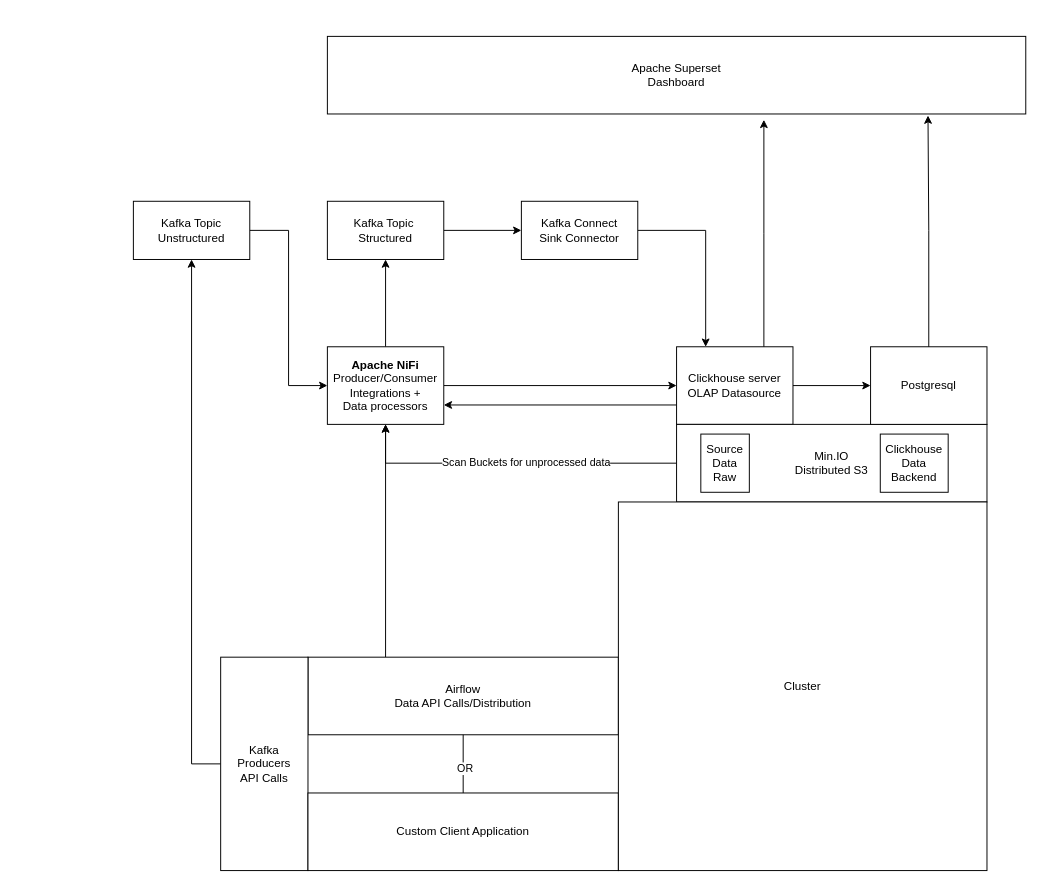
Before: architecture.drawio in jackgray/spotlight, a draw.io diagram. Source tidied: cells renumbered, new cells numbered last; positions are measured from the earlier drawing's top-left corner, leaving out a move shared by most shapes. Both pictures are drawn from the tidied source at 97%, with x=0, y=0 at pixel (133, 36).
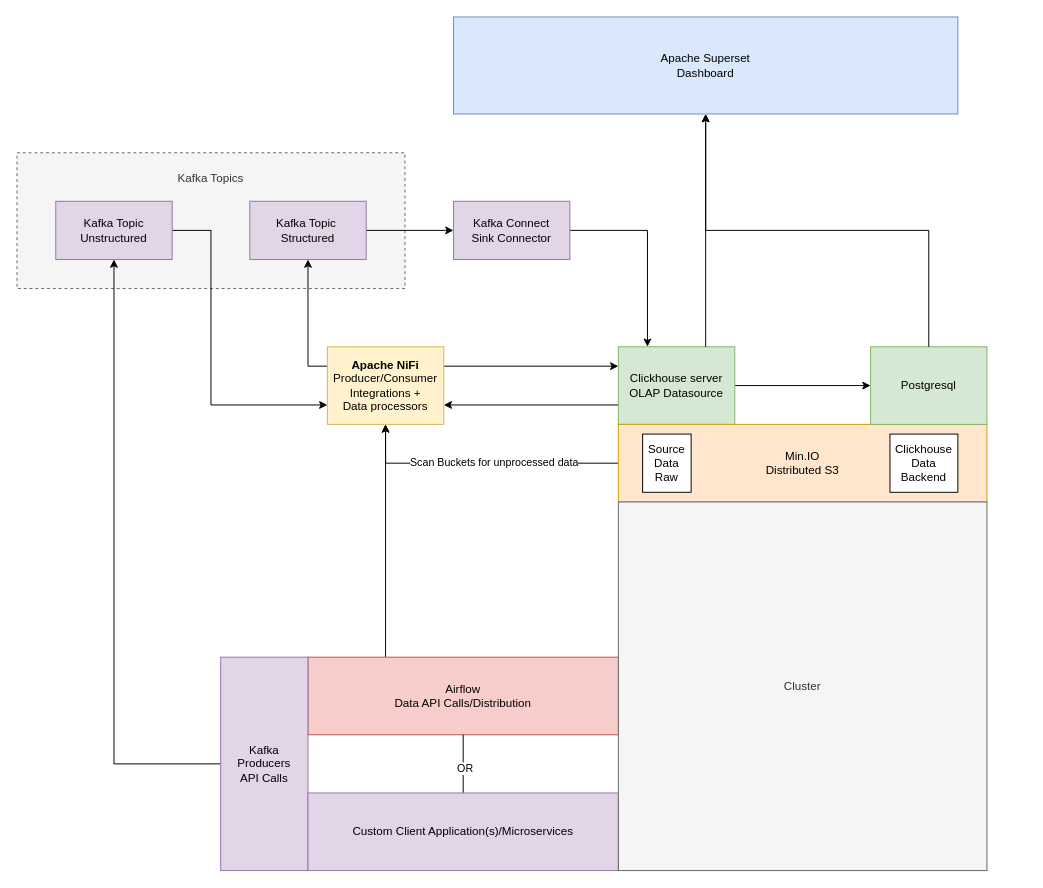
The same page after the edit.

Change to the diagram source:
```diff
@@
+    <mxCell id="31" value="Kafka Topics&lt;div&gt;&lt;br&gt;&lt;/div&gt;&lt;div&gt;&lt;br&gt;&lt;/div&gt;&lt;div&gt;&lt;br&gt;&lt;/div&gt;&lt;div&gt;&lt;br&gt;&lt;/div&gt;&lt;div&gt;&lt;br&gt;&lt;/div&gt;&lt;div&gt;&lt;br&gt;&lt;/div&gt;" style="rounded=0;whiteSpace=wrap;html=1;dashed=1;fillColor=#f5f5f5;fontColor=#333333;strokeColor=#666666;" parent="1" vertex="1">
+      <mxGeometry x="-120" y="120" width="400" height="140" as="geometry" />
+    </mxCell>
-    <mxCell id="2" value="&lt;div&gt;Apache Superset&lt;br&gt;&lt;/div&gt;&lt;div&gt;Dashboard&lt;/div&gt;" style="rounded=0;whiteSpace=wrap;html=1;" parent="1" vertex="1">
-      <mxGeometry x="200" width="720" height="80" as="geometry" />
+    <mxCell id="2" value="&lt;div&gt;Apache Superset&lt;br&gt;&lt;/div&gt;&lt;div&gt;Dashboard&lt;/div&gt;" style="rounded=0;whiteSpace=wrap;html=1;fillColor=#dae8fc;strokeColor=#6c8ebf;" parent="1" vertex="1">
+      <mxGeometry x="330" y="-20" width="520" height="100" as="geometry" />
     </mxCell>
@@
-    <mxCell id="5" value="Clickhouse server&lt;div&gt;OLAP Datasource&lt;/div&gt;" style="rounded=0;whiteSpace=wrap;html=1;" parent="1" vertex="1">
-      <mxGeometry x="560" y="320" width="120" height="80" as="geometry" />
+    <mxCell id="5" value="Clickhouse server&lt;div&gt;OLAP Datasource&lt;/div&gt;" style="rounded=0;whiteSpace=wrap;html=1;fillColor=#d5e8d4;strokeColor=#82b366;" parent="1" vertex="1">
+      <mxGeometry x="500" y="320" width="120" height="80" as="geometry" />
     </mxCell>
@@
-    <mxCell id="8" value="Min.IO&lt;div&gt;Distributed S3&lt;/div&gt;" style="rounded=0;whiteSpace=wrap;html=1;" parent="1" vertex="1">
-      <mxGeometry x="560" y="400" width="320" height="80" as="geometry" />
+    <mxCell id="8" value="Min.IO&lt;div&gt;Distributed S3&lt;/div&gt;" style="rounded=0;whiteSpace=wrap;html=1;fillColor=#ffe6cc;strokeColor=#d79b00;" parent="1" vertex="1">
+      <mxGeometry x="500" y="400" width="380" height="80" as="geometry" />
     </mxCell>
     <mxCell id="9" value="Source Data Raw" style="rounded=0;whiteSpace=wrap;html=1;" parent="1" vertex="1">
-      <mxGeometry x="585" y="410" width="50" height="60" as="geometry" />
+      <mxGeometry x="525" y="410" width="50" height="60" as="geometry" />
     </mxCell>
@@
-    <mxCell id="11" value="Airflow&lt;div&gt;Data API Calls/Distribution&lt;/div&gt;" style="rounded=0;whiteSpace=wrap;html=1;" parent="1" vertex="1">
+    <mxCell id="11" value="Airflow&lt;div&gt;Data API Calls/Distribution&lt;/div&gt;" style="rounded=0;whiteSpace=wrap;html=1;fillColor=#f8cecc;strokeColor=#b85450;" parent="1" vertex="1">
       <mxGeometry x="180" y="640" width="320" height="80" as="geometry" />
     </mxCell>
@@
-    <mxCell id="13" value="Kafka Producers&lt;div&gt;API Calls&lt;/div&gt;" style="rounded=0;whiteSpace=wrap;html=1;" parent="1" vertex="1">
+    <mxCell id="13" value="Kafka Producers&lt;div&gt;API Calls&lt;/div&gt;" style="rounded=0;whiteSpace=wrap;html=1;fillColor=#e1d5e7;strokeColor=#9673a6;" parent="1" vertex="1">
       <mxGeometry x="90" y="640" width="90" height="220" as="geometry" />
     </mxCell>
-    <mxCell id="14" style="edgeStyle=orthogonalEdgeStyle;rounded=0;jettySize=auto;html=1;exitX=1;exitY=0.5;exitDx=0;exitDy=0;entryX=0;entryY=0.5;entryDx=0;entryDy=0;" parent="1" edge="1" source="16" target="5">
+    <mxCell id="14" style="edgeStyle=orthogonalEdgeStyle;rounded=0;jettySize=auto;html=1;exitX=1;exitY=0.25;exitDx=0;exitDy=0;entryX=0;entryY=0.25;entryDx=0;entryDy=0;" parent="1" edge="1" source="16" target="5">
       <mxGeometry relative="1" as="geometry" />
     </mxCell>
-    <mxCell id="15" style="edgeStyle=orthogonalEdgeStyle;rounded=0;jettySize=auto;html=1;exitX=0.5;exitY=0;exitDx=0;exitDy=0;" parent="1" edge="1" source="16" target="21">
+    <mxCell id="15" style="edgeStyle=orthogonalEdgeStyle;rounded=0;jettySize=auto;html=1;exitX=0;exitY=0.25;exitDx=0;exitDy=0;" parent="1" edge="1" source="16" target="21">
       <mxGeometry relative="1" as="geometry" />
     </mxCell>
-    <mxCell id="16" value="&lt;b&gt;Apache NiFi&lt;/b&gt;&lt;div&gt;Producer/Consumer Integrations +&lt;/div&gt;&lt;div&gt;Data processors&lt;/div&gt;" style="rounded=0;whiteSpace=wrap;html=1;" parent="1" vertex="1">
+    <mxCell id="16" value="&lt;b&gt;Apache NiFi&lt;/b&gt;&lt;div&gt;Producer/Consumer Integrations +&lt;/div&gt;&lt;div&gt;Data processors&lt;/div&gt;" style="rounded=0;whiteSpace=wrap;html=1;fillColor=#fff2cc;strokeColor=#d6b656;" parent="1" vertex="1">
       <mxGeometry x="200" y="320" width="120" height="80" as="geometry" />
     </mxCell>
-    <mxCell id="17" style="edgeStyle=orthogonalEdgeStyle;rounded=0;jettySize=auto;html=1;exitX=0.75;exitY=0;exitDx=0;exitDy=0;" parent="1" edge="1" source="5">
-      <mxGeometry relative="1" as="geometry">
-        <mxPoint x="650" y="86" as="targetPoint" />
-      </mxGeometry>
+    <mxCell id="17" style="edgeStyle=orthogonalEdgeStyle;rounded=0;jettySize=auto;html=1;exitX=0.75;exitY=0;exitDx=0;exitDy=0;entryX=0.5;entryY=1;entryDx=0;entryDy=0;" parent="1" edge="1" source="5" target="2">
+      <mxGeometry relative="1" as="geometry" />
     </mxCell>
-    <mxCell id="18" style="edgeStyle=orthogonalEdgeStyle;rounded=0;jettySize=auto;html=1;exitX=1;exitY=0.5;exitDx=0;exitDy=0;entryX=0;entryY=0.5;entryDx=0;entryDy=0;" parent="1" edge="1" source="19" target="16">
-      <mxGeometry relative="1" as="geometry" />
+    <mxCell id="18" style="edgeStyle=orthogonalEdgeStyle;rounded=0;jettySize=auto;html=1;exitX=1;exitY=0.5;exitDx=0;exitDy=0;entryX=0;entryY=0.75;entryDx=0;entryDy=0;" parent="1" edge="1" source="19" target="16">
+      <mxGeometry relative="1" as="geometry">
+        <Array as="points">
+          <mxPoint x="80" y="200" />
+          <mxPoint x="80" y="380" />
+        </Array>
+      </mxGeometry>
     </mxCell>
-    <mxCell id="19" value="Kafka Topic&lt;div&gt;Unstructured&lt;/div&gt;" style="rounded=0;whiteSpace=wrap;html=1;" parent="1" vertex="1">
-      <mxGeometry y="170" width="120" height="60" as="geometry" />
+    <mxCell id="19" value="Kafka Topic&lt;div&gt;Unstructured&lt;/div&gt;" style="rounded=0;whiteSpace=wrap;html=1;fillColor=#e1d5e7;strokeColor=#9673a6;" parent="1" vertex="1">
+      <mxGeometry x="-80" y="170" width="120" height="60" as="geometry" />
     </mxCell>
@@
-    <mxCell id="21" value="Kafka Topic&amp;nbsp;&lt;div&gt;Structured&lt;/div&gt;" style="rounded=0;whiteSpace=wrap;html=1;" parent="1" vertex="1">
-      <mxGeometry x="200" y="170" width="120" height="60" as="geometry" />
+    <mxCell id="21" value="Kafka Topic&amp;nbsp;&lt;div&gt;Structured&lt;/div&gt;" style="rounded=0;whiteSpace=wrap;html=1;fillColor=#e1d5e7;strokeColor=#9673a6;" parent="1" vertex="1">
+      <mxGeometry x="120" y="170" width="120" height="60" as="geometry" />
     </mxCell>
@@
-    <mxCell id="23" value="Kafka Connect&lt;div&gt;Sink Connector&lt;/div&gt;" style="rounded=0;whiteSpace=wrap;html=1;" parent="1" vertex="1">
-      <mxGeometry x="400" y="170" width="120" height="60" as="geometry" />
+    <mxCell id="23" value="Kafka Connect&lt;div&gt;Sink Connector&lt;/div&gt;" style="rounded=0;whiteSpace=wrap;html=1;fillColor=#e1d5e7;strokeColor=#9673a6;" parent="1" vertex="1">
+      <mxGeometry x="330" y="170" width="120" height="60" as="geometry" />
     </mxCell>
@@
-    <mxCell id="26" value="Custom Client Application" style="rounded=0;whiteSpace=wrap;html=1;" parent="1" vertex="1">
+    <mxCell id="26" value="Custom Client Application(s)/Microservices" style="rounded=0;whiteSpace=wrap;html=1;fillColor=#e1d5e7;strokeColor=#9673a6;" parent="1" vertex="1">
       <mxGeometry x="180" y="780" width="320" height="80" as="geometry" />
     </mxCell>
-    <mxCell id="27" value="Cluster" style="rounded=0;whiteSpace=wrap;html=1;" parent="1" vertex="1">
+    <mxCell id="27" value="Cluster" style="rounded=0;whiteSpace=wrap;html=1;fillColor=#f5f5f5;fontColor=#333333;strokeColor=#666666;" parent="1" vertex="1">
       <mxGeometry x="500" y="480" width="380" height="380" as="geometry" />
     </mxCell>
-    <mxCell id="28" value="&lt;div&gt;Postgresql&lt;/div&gt;" style="rounded=0;whiteSpace=wrap;html=1;" parent="1" vertex="1">
+    <mxCell id="28" value="&lt;div&gt;Postgresql&lt;/div&gt;" style="rounded=0;whiteSpace=wrap;html=1;fillColor=#d5e8d4;strokeColor=#82b366;" parent="1" vertex="1">
       <mxGeometry x="760" y="320" width="120" height="80" as="geometry" />
     </mxCell>
-    <mxCell id="29" style="edgeStyle=orthogonalEdgeStyle;rounded=0;jettySize=auto;html=1;exitX=0.5;exitY=0;exitDx=0;exitDy=0;entryX=0.86;entryY=1.02;entryDx=0;entryDy=0;entryPerimeter=0;" parent="1" edge="1" source="28" target="2">
+    <mxCell id="29" style="edgeStyle=orthogonalEdgeStyle;rounded=0;jettySize=auto;html=1;exitX=0.5;exitY=0;exitDx=0;exitDy=0;entryX=0.5;entryY=1;entryDx=0;entryDy=0;" parent="1" edge="1" source="28" target="2">
       <mxGeometry relative="1" as="geometry" />
     </mxCell>
     <mxCell id="30" value="Clickhouse&lt;div&gt;Data Backend&lt;/div&gt;" style="rounded=0;whiteSpace=wrap;html=1;" parent="1" vertex="1">
-      <mxGeometry x="770" y="410" width="70" height="60" as="geometry" />
+      <mxGeometry x="780" y="410" width="70" height="60" as="geometry" />
     </mxCell>
```
